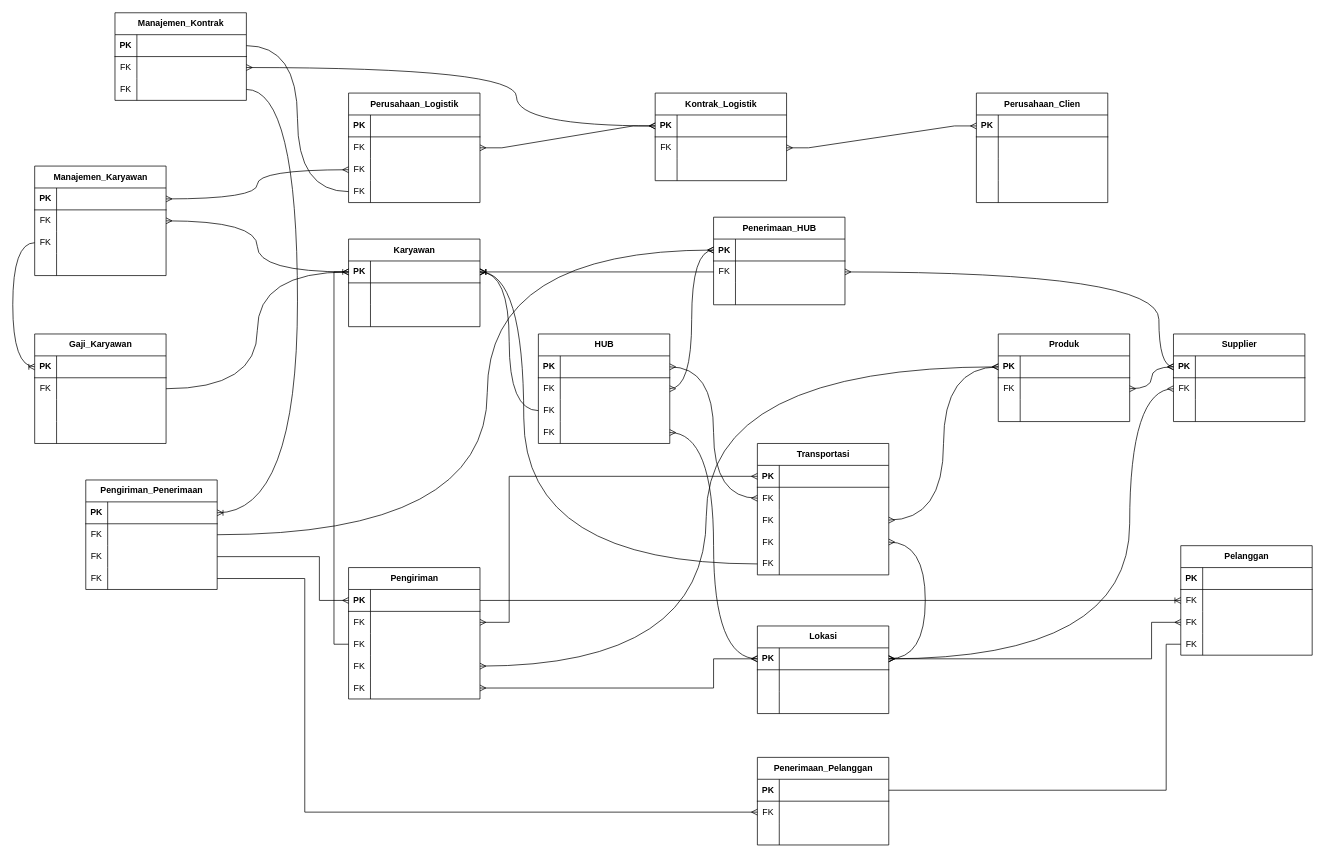
Firzh/semester-3 keeps this draw.io diagram as page "Conceptual Data Model" (1 of 11) of logistic-management-system.drawio. Above is the earlier version. Source tidied: cells renumbered, new cells numbered last; positions are measured from the earlier drawing's top-left corner, leaving out a move shared by most shapes. Both pictures are drawn from the tidied source at 73%, with x=0, y=0 at pixel (12, 12).
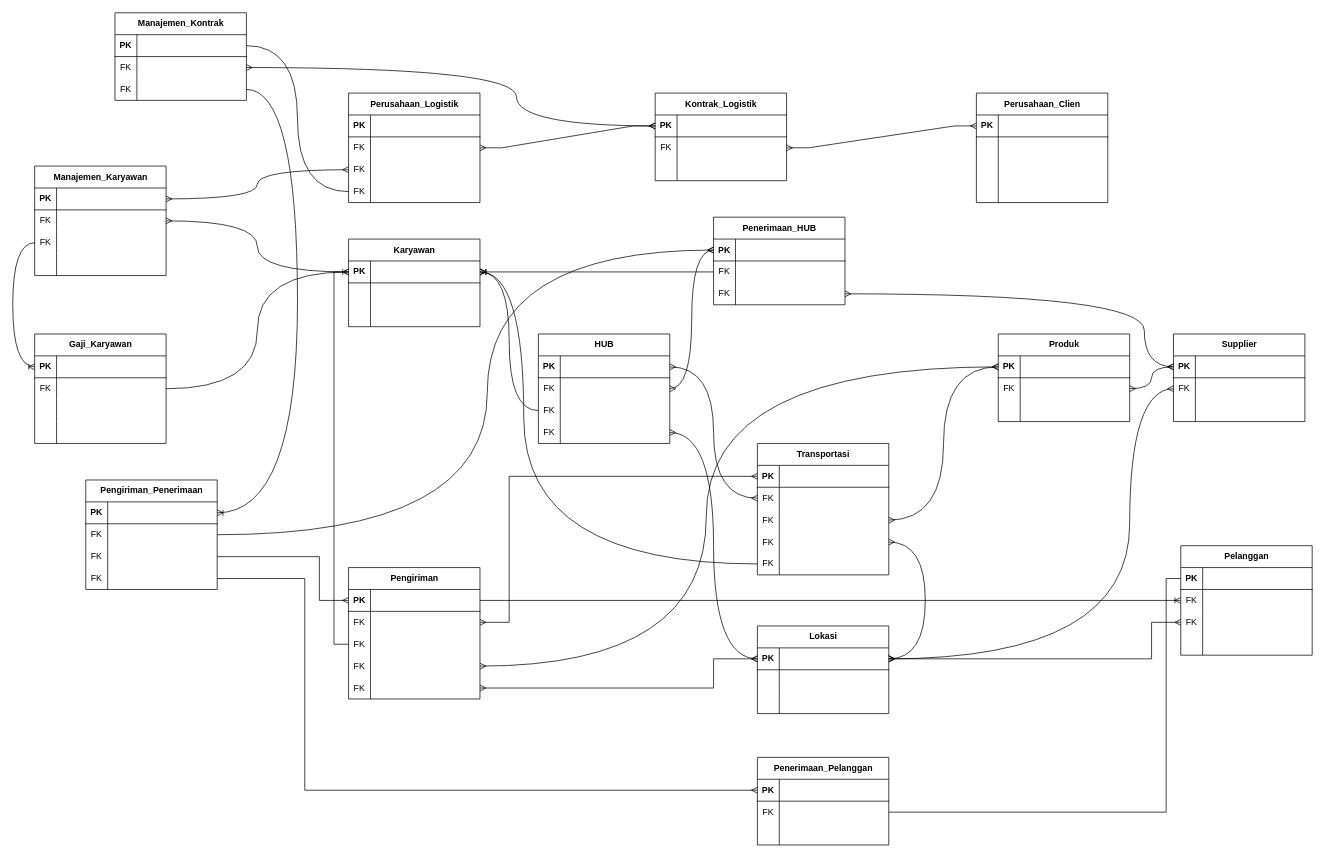
After the change.

Unchanged cells that the change refers to:
```xml
<mxCell id="13" style="shape=tableRow;horizontal=0;startSize=0;swimlaneHead=0;swimlaneBody=0;fillColor=none;points=[[0,0.5],[1,0.5]];portConstraint=eastwest;top=0;left=0;right=0;bottom=1;" parent="12" vertex="1">
  <mxGeometry y="30" width="180" height="30" as="geometry" />
</mxCell>
<mxCell id="23" style="shape=tableRow;horizontal=0;startSize=0;swimlaneHead=0;swimlaneBody=0;fillColor=none;points=[[0,0.5],[1,0.5]];portConstraint=eastwest;top=0;left=0;right=0;bottom=1;" parent="22" vertex="1">
  <mxGeometry y="30" width="180" height="30" as="geometry" />
</mxCell>
<mxCell id="32" style="shape=tableRow;horizontal=0;startSize=0;swimlaneHead=0;swimlaneBody=0;fillColor=none;points=[[0,0.5],[1,0.5]];portConstraint=eastwest;top=0;left=0;right=0;bottom=0;" parent="22" vertex="1">
  <mxGeometry y="120" width="180" height="30" as="geometry" />
</mxCell>
<mxCell id="68" style="shape=tableRow;horizontal=0;startSize=0;swimlaneHead=0;swimlaneBody=0;fillColor=none;points=[[0,0.5],[1,0.5]];portConstraint=eastwest;top=0;left=0;right=0;bottom=0;" parent="64" vertex="1">
  <mxGeometry y="60" width="180" height="30" as="geometry" />
</mxCell>
<mxCell id="71" style="shape=tableRow;horizontal=0;startSize=0;swimlaneHead=0;swimlaneBody=0;fillColor=none;points=[[0,0.5],[1,0.5]];portConstraint=eastwest;top=0;left=0;right=0;bottom=0;" parent="64" vertex="1">
  <mxGeometry y="90" width="180" height="30" as="geometry" />
</mxCell>
<mxCell id="202" style="shape=tableRow;horizontal=0;startSize=0;swimlaneHead=0;swimlaneBody=0;fillColor=none;points=[[0,0.5],[1,0.5]];portConstraint=eastwest;top=0;left=0;right=0;bottom=0;" parent="192" vertex="1">
  <mxGeometry y="120" width="180" height="30" as="geometry" />
</mxCell>
<mxCell id="209" style="shape=tableRow;horizontal=0;startSize=0;swimlaneHead=0;swimlaneBody=0;fillColor=none;points=[[0,0.5],[1,0.5]];portConstraint=eastwest;top=0;left=0;right=0;bottom=1;" parent="208" vertex="1">
  <mxGeometry y="30" width="180" height="30" as="geometry" />
</mxCell>
<mxCell id="212" style="shape=tableRow;horizontal=0;startSize=0;swimlaneHead=0;swimlaneBody=0;fillColor=none;points=[[0,0.5],[1,0.5]];portConstraint=eastwest;top=0;left=0;right=0;bottom=0;" parent="208" vertex="1">
  <mxGeometry y="60" width="180" height="30" as="geometry" />
</mxCell>
```

The edit, as a diff of the source:
```diff
@@
-    <mxCell id="33" value="FK" style="shape=partialRectangle;fillColor=none;top=0;left=0;bottom=0;right=0;overflow=hidden;whiteSpace=wrap;html=1;" parent="32" vertex="1">
+    <mxCell id="33" style="shape=partialRectangle;fillColor=none;top=0;left=0;bottom=0;right=0;overflow=hidden;whiteSpace=wrap;html=1;" parent="32" vertex="1">
       <mxGeometry width="30" height="30" as="geometry" />
     </mxCell>
@@
-    <mxCell id="72" style="shape=partialRectangle;fillColor=none;top=0;left=0;bottom=0;right=0;overflow=hidden;whiteSpace=wrap;html=1;" parent="71" vertex="1">
+    <mxCell id="72" value="FK" style="shape=partialRectangle;fillColor=none;top=0;left=0;bottom=0;right=0;overflow=hidden;whiteSpace=wrap;html=1;" parent="71" vertex="1">
       <mxGeometry width="30" height="30" as="geometry" />
     </mxCell>
@@
-    <mxCell id="115" style="fontSize=12;html=1;endArrow=ERmany;startArrow=ERmany;rounded=0;entryX=0;entryY=0.5;entryDx=0;entryDy=0;exitX=1;exitY=0.5;exitDx=0;exitDy=0;edgeStyle=orthogonalEdgeStyle;curved=1;" parent="1" edge="1" source="68" target="13">
+    <mxCell id="115" style="fontSize=12;html=1;endArrow=ERmany;startArrow=ERmany;rounded=0;entryX=0;entryY=0.5;entryDx=0;entryDy=0;exitX=1;exitY=0.5;exitDx=0;exitDy=0;edgeStyle=orthogonalEdgeStyle;curved=1;" parent="1" edge="1" source="71" target="13">
       <mxGeometry relative="1" as="geometry">
         <Array as="points">
-          <mxPoint x="1570" y="355" />
-          <mxPoint x="1570" y="485" />
+          <mxPoint x="1550" y="385" />
+          <mxPoint x="1550" y="485" />
         </Array>
       </mxGeometry>
     </mxCell>
@@
-    <mxCell id="207" style="edgeStyle=orthogonalEdgeStyle;fontSize=12;html=1;endArrow=ERmany;rounded=0;exitX=1;exitY=0.5;exitDx=0;exitDy=0;entryX=0;entryY=0.5;entryDx=0;entryDy=0;" parent="1" edge="1" source="202" target="212">
+    <mxCell id="207" style="edgeStyle=orthogonalEdgeStyle;fontSize=12;html=1;endArrow=ERmany;rounded=0;exitX=1;exitY=0.5;exitDx=0;exitDy=0;entryX=0;entryY=0.5;entryDx=0;entryDy=0;" parent="1" edge="1" source="202" target="209">
       <mxGeometry relative="1" as="geometry">
         <Array as="points">
           <mxPoint x="400" y="775" />
-          <mxPoint x="400" y="1095" />
+          <mxPoint x="400" y="1065" />
         </Array>
       </mxGeometry>
     </mxCell>
@@
-    <mxCell id="218" style="endArrow=none;html=1;rounded=0;exitX=1;exitY=0.5;exitDx=0;exitDy=0;entryX=0;entryY=0.5;entryDx=0;entryDy=0;edgeStyle=orthogonalEdgeStyle;" parent="1" edge="1" source="209" target="32">
+    <mxCell id="218" style="endArrow=none;html=1;rounded=0;exitX=1;exitY=0.5;exitDx=0;exitDy=0;entryX=0;entryY=0.5;entryDx=0;entryDy=0;edgeStyle=orthogonalEdgeStyle;" parent="1" edge="1" source="212" target="23">
       <mxGeometry relative="1" as="geometry">
         <Array as="points">
-          <mxPoint x="1580" y="1065" />
-          <mxPoint x="1580" y="865" />
+          <mxPoint x="1580" y="1095" />
+          <mxPoint x="1580" y="775" />
         </Array>
       </mxGeometry>
     </mxCell>
```
